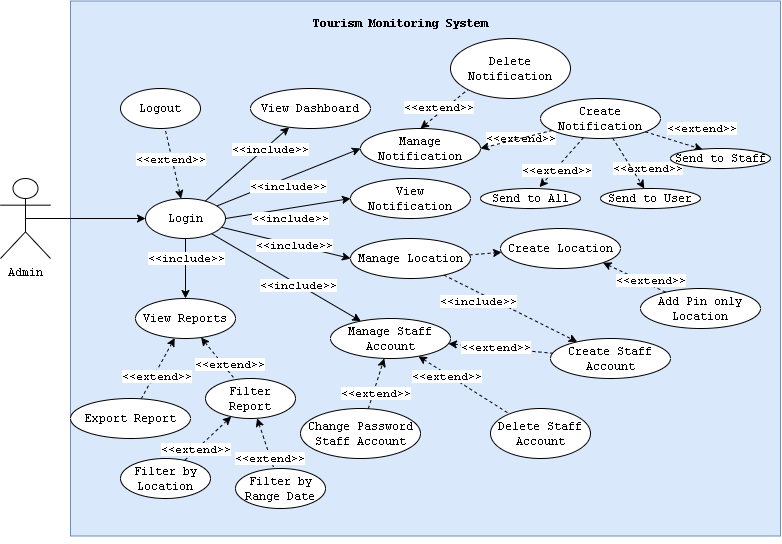
Before: Deliverables/appendix/usecasediagram3.png, a diagram exported from draw.io (LittleEins/Thesis-Collab). Source tidied: cells renumbered, new cells last; positions are measured from the earlier drawing's top-left corner, leaving out a move shared by most shapes.
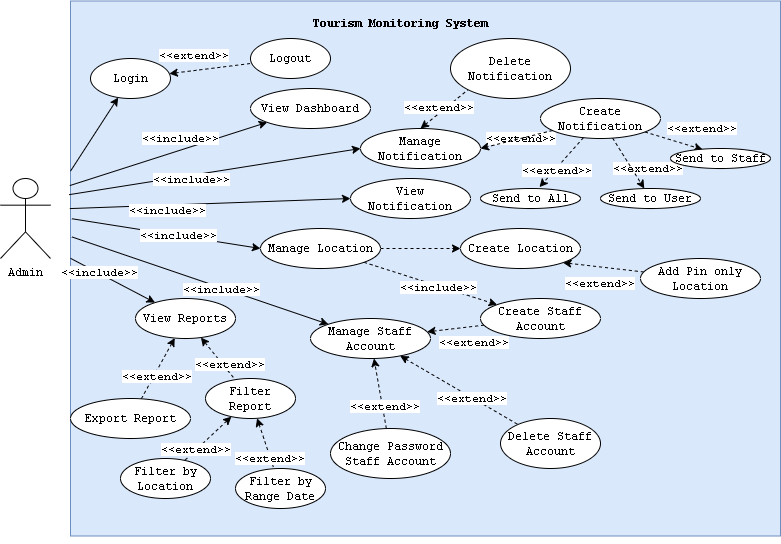
After the change.

Change to the diagram source:
```diff
@@ -11,10 +11,10 @@
     <mxCell id="4" value="Admin" style="shape=umlActor;verticalLabelPosition=bottom;verticalAlign=top;html=1;outlineConnect=0;fontFamily=Courier New;" parent="1" vertex="1">
       <mxGeometry y="178" width="50" height="80" as="geometry" />
     </mxCell>
-    <mxCell id="5" style="edgeStyle=none;rounded=0;jettySize=auto;html=1;fontFamily=Courier New;exitX=0.5;exitY=0.5;exitDx=0;exitDy=0;exitPerimeter=0;" parent="1" edge="1" source="4" target="18">
+    <mxCell id="5" style="edgeStyle=none;rounded=0;jettySize=auto;html=1;fontFamily=Courier New;exitX=0;exitY=0.318;exitDx=0;exitDy=0;exitPerimeter=0;" parent="1" edge="1" source="2" target="18">
       <mxGeometry relative="1" as="geometry" />
     </mxCell>
-    <mxCell id="6" style="edgeStyle=none;rounded=0;jettySize=auto;html=1;fontFamily=Courier New;" parent="1" edge="1" source="18" target="19">
+    <mxCell id="6" style="edgeStyle=none;rounded=0;jettySize=auto;html=1;fontFamily=Courier New;exitX=-0.001;exitY=0.345;exitDx=0;exitDy=0;exitPerimeter=0;" parent="1" edge="1" source="2" target="19">
       <mxGeometry relative="1" as="geometry" />
     </mxCell>
     <mxCell id="7" value="&amp;lt;&amp;lt;include&amp;gt;&amp;gt;" style="edgeLabel;html=1;align=center;verticalAlign=middle;fontFamily=Courier New;" parent="6" vertex="1">
@@ -22,13 +22,13 @@
         <mxPoint x="30" y="-23" as="offset" />
       </mxGeometry>
     </mxCell>
-    <mxCell id="8" style="edgeStyle=none;rounded=0;jettySize=auto;html=1;fontFamily=Courier New;entryX=0;entryY=0.5;entryDx=0;entryDy=0;" parent="1" edge="1" source="18" target="25">
+    <mxCell id="8" style="edgeStyle=none;rounded=0;jettySize=auto;html=1;fontFamily=Courier New;entryX=0;entryY=0.5;entryDx=0;entryDy=0;exitX=0.002;exitY=0.407;exitDx=0;exitDy=0;exitPerimeter=0;" parent="1" edge="1" source="2" target="25">
       <mxGeometry relative="1" as="geometry" />
     </mxCell>
     <mxCell id="9" value="&amp;lt;&amp;lt;include&amp;gt;&amp;gt;" style="edgeLabel;html=1;align=center;verticalAlign=middle;fontFamily=Courier New;" parent="8" vertex="1">
       <mxGeometry x="0.12" relative="1" as="geometry" />
     </mxCell>
-    <mxCell id="10" style="edgeStyle=none;rounded=0;jettySize=auto;html=1;fontFamily=Courier New;" parent="1" edge="1" source="18" target="30">
+    <mxCell id="10" style="edgeStyle=none;rounded=0;jettySize=auto;html=1;fontFamily=Courier New;exitX=0.002;exitY=0.441;exitDx=0;exitDy=0;exitPerimeter=0;" parent="1" edge="1" source="2" target="30">
       <mxGeometry relative="1" as="geometry" />
     </mxCell>
     <mxCell id="11" value="&amp;lt;&amp;lt;include&amp;gt;&amp;gt;" style="edgeLabel;html=1;align=center;verticalAlign=middle;fontFamily=Courier New;" parent="10" vertex="1">
@@ -42,7 +42,7 @@
         <mxPoint x="-5" y="-15" as="offset" />
       </mxGeometry>
     </mxCell>
-    <mxCell id="14" style="edgeStyle=none;rounded=0;jettySize=auto;html=1;fontFamily=Courier New;entryX=0;entryY=0.5;entryDx=0;entryDy=0;" parent="1" edge="1" source="18" target="37">
+    <mxCell id="14" style="edgeStyle=none;rounded=0;jettySize=auto;html=1;fontFamily=Courier New;entryX=0;entryY=0.5;entryDx=0;entryDy=0;exitX=-0.002;exitY=0.362;exitDx=0;exitDy=0;exitPerimeter=0;" parent="1" edge="1" source="2" target="37">
       <mxGeometry relative="1" as="geometry" />
     </mxCell>
     <mxCell id="15" value="&amp;lt;&amp;lt;include&amp;gt;&amp;gt;" style="edgeLabel;html=1;align=center;verticalAlign=middle;fontFamily=Courier New;" parent="14" vertex="1">
@@ -50,14 +50,14 @@
         <mxPoint x="22" y="-2" as="offset" />
       </mxGeometry>
     </mxCell>
-    <mxCell id="16" style="edgeStyle=none;rounded=0;jettySize=auto;html=1;startArrow=none;startFill=0;endArrow=classic;endFill=1;fontFamily=Courier New;" parent="1" edge="1" source="18" target="50">
+    <mxCell id="16" style="edgeStyle=none;rounded=0;jettySize=auto;html=1;startArrow=none;startFill=0;endArrow=classic;endFill=1;fontFamily=Courier New;exitX=0;exitY=0.481;exitDx=0;exitDy=0;exitPerimeter=0;" parent="1" edge="1" source="2" target="50">
       <mxGeometry relative="1" as="geometry" />
     </mxCell>
     <mxCell id="17" value="&amp;lt;&amp;lt;include&amp;gt;&amp;gt;" style="edgeLabel;html=1;align=center;verticalAlign=middle;fontFamily=Courier New;" parent="16" vertex="1">
       <mxGeometry x="-0.33" y="1" relative="1" as="geometry" />
     </mxCell>
     <mxCell id="18" value="Login" style="ellipse;whiteSpace=wrap;html=1;fontFamily=Courier New;verticalAlign=middle;" parent="1" vertex="1">
-      <mxGeometry x="145" y="198" width="80" height="40" as="geometry" />
+      <mxGeometry x="90" y="58" width="80" height="40" as="geometry" />
     </mxCell>
     <mxCell id="19" value="View Dashboard" style="ellipse;whiteSpace=wrap;html=1;fontFamily=Courier New;verticalAlign=middle;" parent="1" vertex="1">
       <mxGeometry x="250" y="88" width="120" height="40" as="geometry" />
@@ -67,7 +67,7 @@
     </mxCell>
     <mxCell id="21" value="&amp;lt;&amp;lt;extend&amp;gt;&amp;gt;" style="edgeLabel;html=1;align=center;verticalAlign=middle;fontFamily=Courier New;" parent="20" vertex="1">
       <mxGeometry x="-0.22" y="1" relative="1" as="geometry">
-        <mxPoint x="22" y="7" as="offset" />
+        <mxPoint x="5" y="18" as="offset" />
       </mxGeometry>
     </mxCell>
     <mxCell id="22" style="edgeStyle=none;rounded=0;jettySize=auto;html=1;dashed=1;fontFamily=Courier New;" parent="1" edge="1" source="25" target="41">
@@ -75,36 +75,38 @@
     </mxCell>
     <mxCell id="23" value="&amp;lt;&amp;lt;include&amp;gt;&amp;gt;" style="edgeLabel;html=1;align=center;verticalAlign=middle;fontFamily=Courier New;" parent="22" vertex="1">
       <mxGeometry x="-0.48" relative="1" as="geometry">
-        <mxPoint y="9" as="offset" />
+        <mxPoint x="39" y="14" as="offset" />
       </mxGeometry>
     </mxCell>
     <mxCell id="24" style="edgeStyle=none;rounded=0;jettySize=auto;html=1;dashed=1;fontFamily=Courier New;" parent="1" edge="1" source="25" target="69">
       <mxGeometry relative="1" as="geometry" />
     </mxCell>
     <mxCell id="25" value="Manage Location" style="ellipse;whiteSpace=wrap;html=1;fontFamily=Courier New;verticalAlign=middle;" parent="1" vertex="1">
-      <mxGeometry x="350" y="238" width="120" height="40" as="geometry" />
+      <mxGeometry x="260" y="228" width="120" height="40" as="geometry" />
     </mxCell>
     <mxCell id="26" style="edgeStyle=none;rounded=0;jettySize=auto;html=1;dashed=1;startArrow=classic;startFill=1;endArrow=none;endFill=0;fontFamily=Courier New;" parent="1" edge="1" source="30" target="41">
       <mxGeometry relative="1" as="geometry" />
     </mxCell>
     <mxCell id="27" value="&amp;lt;&amp;lt;extend&amp;gt;&amp;gt;" style="edgeLabel;html=1;align=center;verticalAlign=middle;fontFamily=Courier New;" parent="26" vertex="1">
       <mxGeometry x="-0.38" y="-1" relative="1" as="geometry">
-        <mxPoint x="15" as="offset" />
+        <mxPoint x="29" y="11" as="offset" />
       </mxGeometry>
     </mxCell>
     <mxCell id="28" style="edgeStyle=none;rounded=0;jettySize=auto;html=1;dashed=1;startArrow=classic;startFill=1;endArrow=none;endFill=0;fontFamily=Courier New;" parent="1" edge="1" source="30" target="42">
       <mxGeometry relative="1" as="geometry" />
     </mxCell>
     <mxCell id="29" value="&amp;lt;&amp;lt;extend&amp;gt;&amp;gt;" style="edgeLabel;html=1;align=center;verticalAlign=middle;fontFamily=Courier New;" parent="28" vertex="1">
-      <mxGeometry x="-0.37" y="-2" relative="1" as="geometry" />
+      <mxGeometry x="-0.37" y="-2" relative="1" as="geometry">
+        <mxPoint x="34" y="19" as="offset" />
+      </mxGeometry>
     </mxCell>
     <mxCell id="30" value="Manage Staff Account" style="ellipse;whiteSpace=wrap;html=1;fontFamily=Courier New;verticalAlign=middle;" parent="1" vertex="1">
-      <mxGeometry x="330" y="318" width="120" height="40" as="geometry" />
+      <mxGeometry x="310" y="318" width="120" height="40" as="geometry" />
     </mxCell>
     <mxCell id="31" value="Logout" style="ellipse;whiteSpace=wrap;html=1;fontFamily=Courier New;" parent="1" vertex="1">
-      <mxGeometry x="120" y="88" width="80" height="40" as="geometry" />
+      <mxGeometry x="250" y="38" width="80" height="40" as="geometry" />
     </mxCell>
-    <mxCell id="32" style="edgeStyle=none;rounded=0;jettySize=auto;html=1;exitX=1;exitY=0.5;exitDx=0;exitDy=0;entryX=0;entryY=0.5;entryDx=0;entryDy=0;endArrow=classic;endFill=1;startArrow=none;startFill=0;fontFamily=Courier New;" parent="1" edge="1" source="18" target="38">
+    <mxCell id="32" style="edgeStyle=none;rounded=0;jettySize=auto;html=1;exitX=-0.001;exitY=0.388;exitDx=0;exitDy=0;entryX=0;entryY=0.5;entryDx=0;entryDy=0;endArrow=classic;endFill=1;startArrow=none;startFill=0;fontFamily=Courier New;exitPerimeter=0;" parent="1" edge="1" source="2" target="38">
       <mxGeometry relative="1" as="geometry" />
     </mxCell>
     <mxCell id="33" value="&amp;lt;&amp;lt;include&amp;gt;&amp;gt;" style="edgeLabel;html=1;align=center;verticalAlign=middle;fontFamily=Courier New;" parent="32" vertex="1">
@@ -135,13 +137,13 @@
       <mxGeometry x="450" y="38" width="120" height="60" as="geometry" />
     </mxCell>
     <mxCell id="40" value="Add Pin only Location" style="ellipse;whiteSpace=wrap;html=1;fontFamily=Courier New;" parent="1" vertex="1">
-      <mxGeometry x="640" y="288" width="120" height="40" as="geometry" />
+      <mxGeometry x="640" y="258" width="120" height="40" as="geometry" />
     </mxCell>
     <mxCell id="41" value="Create Staff Account" style="ellipse;whiteSpace=wrap;html=1;fontFamily=Courier New;" parent="1" vertex="1">
-      <mxGeometry x="550" y="338" width="120" height="40" as="geometry" />
+      <mxGeometry x="480" y="298" width="120" height="40" as="geometry" />
     </mxCell>
     <mxCell id="42" value="Delete Staff Account" style="ellipse;whiteSpace=wrap;html=1;fontFamily=Courier New;" parent="1" vertex="1">
-      <mxGeometry x="490" y="408" width="100" height="50" as="geometry" />
+      <mxGeometry x="500" y="418" width="100" height="50" as="geometry" />
     </mxCell>
     <mxCell id="43" style="edgeStyle=none;rounded=0;jettySize=auto;html=1;dashed=1;startArrow=none;startFill=0;endArrow=classic;endFill=1;fontFamily=Courier New;" parent="1" edge="1" source="45" target="30">
       <mxGeometry relative="1" as="geometry" />
@@ -150,7 +152,7 @@
       <mxGeometry x="-0.38" y="-2" relative="1" as="geometry" />
     </mxCell>
     <mxCell id="45" value="Change Password Staff Account" style="ellipse;whiteSpace=wrap;html=1;fontFamily=Courier New;" parent="1" vertex="1">
-      <mxGeometry x="300" y="408" width="120" height="50" as="geometry" />
+      <mxGeometry x="330" y="428" width="120" height="50" as="geometry" />
     </mxCell>
     <mxCell id="46" style="edgeStyle=none;rounded=0;jettySize=auto;html=1;dashed=1;startArrow=classic;startFill=1;endArrow=none;endFill=0;fontFamily=Courier New;" parent="1" edge="1" source="50" target="55">
       <mxGeometry relative="1" as="geometry" />
@@ -228,7 +230,7 @@
       <mxGeometry x="670" y="148" width="100" height="20" as="geometry" />
     </mxCell>
     <mxCell id="69" value="Create Location" style="ellipse;whiteSpace=wrap;html=1;fontFamily=Courier New;verticalAlign=middle;" parent="1" vertex="1">
-      <mxGeometry x="500" y="228" width="120" height="40" as="geometry" />
+      <mxGeometry x="460" y="228" width="120" height="40" as="geometry" />
     </mxCell>
     <mxCell id="70" value="Filter by Location" style="ellipse;whiteSpace=wrap;html=1;fontFamily=Courier New;" parent="1" vertex="1">
       <mxGeometry x="120" y="458" width="90" height="40" as="geometry" />
```
